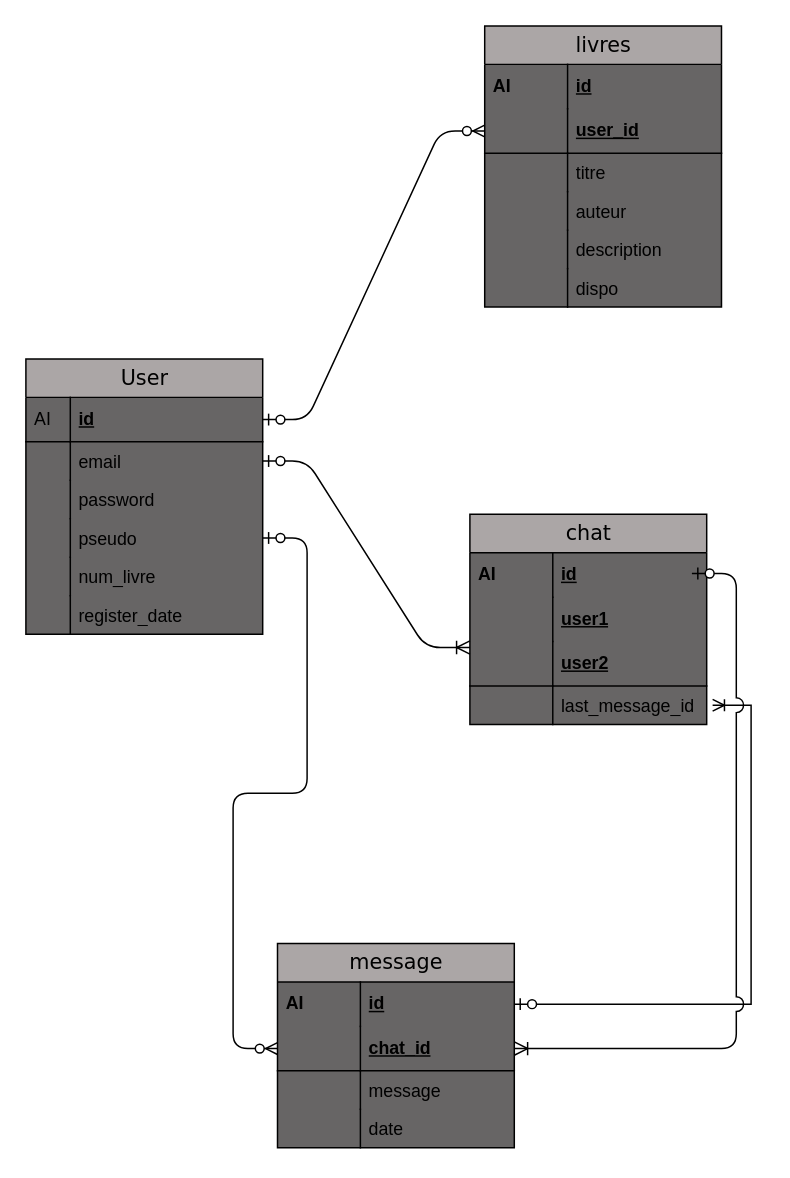
Earlier version of the draw.io diagram database.drawio (Neeemos/P6-Developpement-du-site-de-TomTroc). Source tidied: cells renumbered, new cells numbered last; positions are measured from the earlier drawing's top-left corner, leaving out a move shared by most shapes. Both pictures are drawn from the tidied source at 148%, with x=0, y=0 at pixel (25, 25).
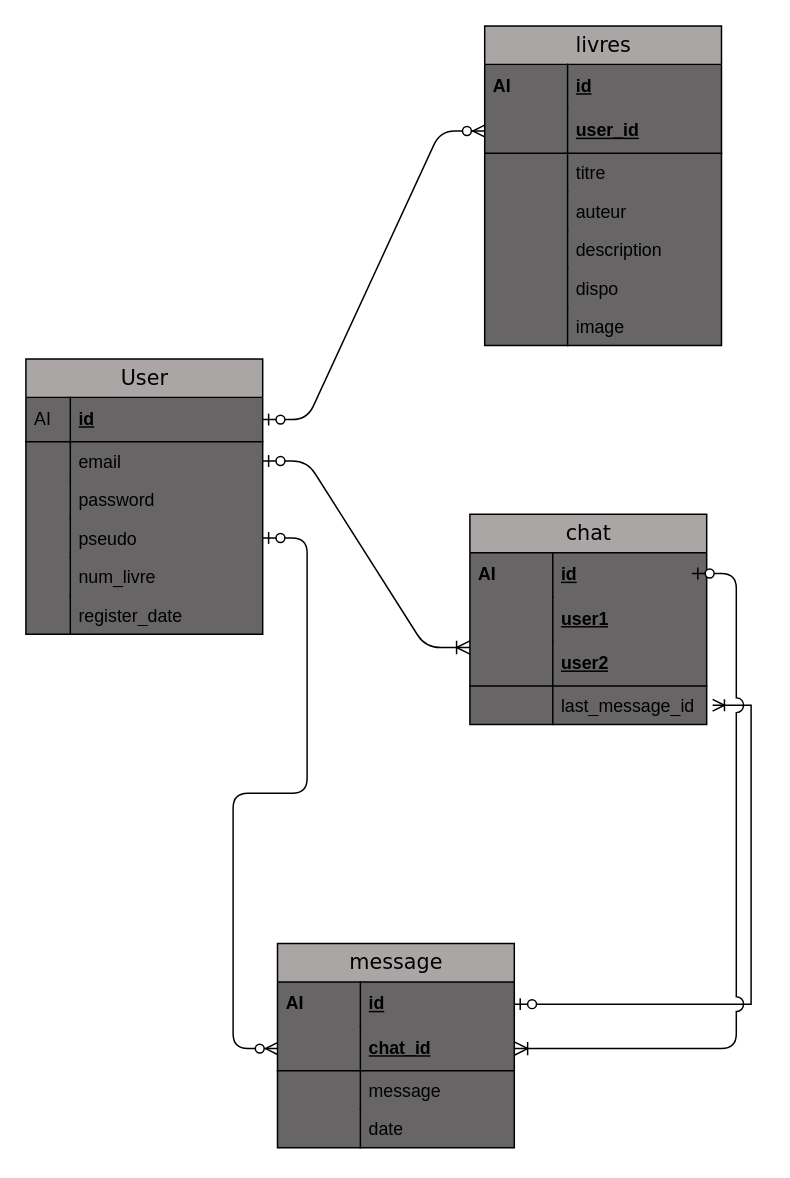
The same page after the edit.

Commit message:
Ajout image pour les livres

The edit, as a diff of the source:
```diff
@@
     <mxCell id="17" value="livres" style="swimlane;html=1;fontStyle=0;horizontal=1;startSize=26;fillColor=#ABA6A6;swimlaneFillColor=#676565;align=center;rounded=0;shadow=0;comic=0;labelBackgroundColor=none;strokeWidth=1;fontFamily=Verdana;fontSize=14;" parent="1" vertex="1">
-      <mxGeometry x="310" width="160" height="190" as="geometry" />
+      <mxGeometry x="310" width="160" height="216" as="geometry" />
     </mxCell>
@@
+    <mxCell id="53" value="image&lt;br&gt;" style="shape=partialRectangle;top=0;left=0;right=0;bottom=0;html=1;align=left;verticalAlign=top;fillColor=none;spacingLeft=60;spacingRight=4;whiteSpace=wrap;overflow=hidden;" parent="17" vertex="1">
+      <mxGeometry y="190" width="160" height="26" as="geometry" />
+    </mxCell>
+    <mxCell id="54" style="shape=partialRectangle;top=0;left=0;bottom=0;html=1;fillColor=none;align=left;verticalAlign=top;spacingLeft=4;spacingRight=4;whiteSpace=wrap;overflow=hidden;" parent="53" vertex="1">
+      <mxGeometry width="56" height="26" as="geometry" />
+    </mxCell>
```
